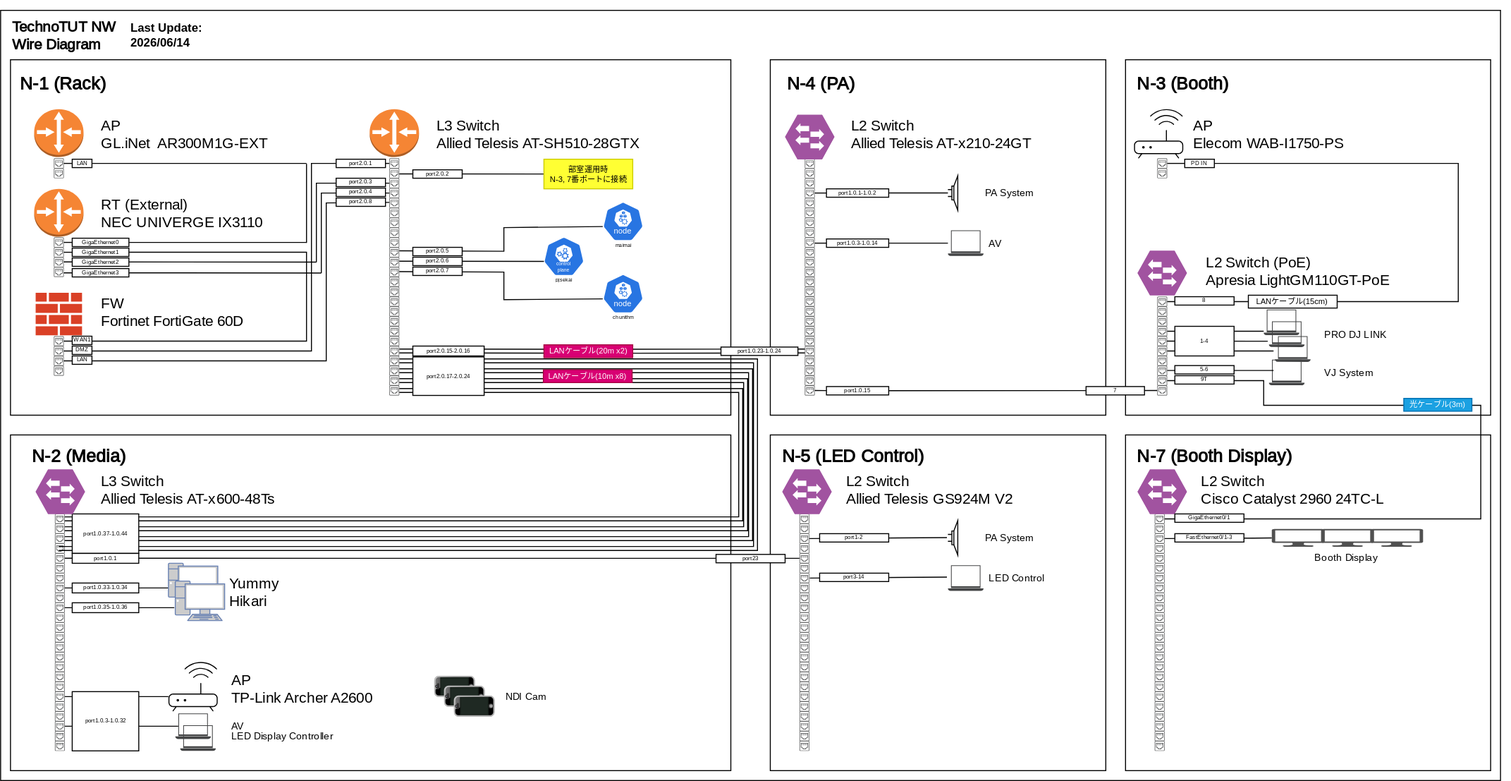
Earlier version of the draw.io export network/wire.drawio.svg (TechnoTUT/Infra). Source tidied: cells renumbered, new cells last; positions are measured from the earlier drawing's top-left corner, leaving out a move shared by most shapes.
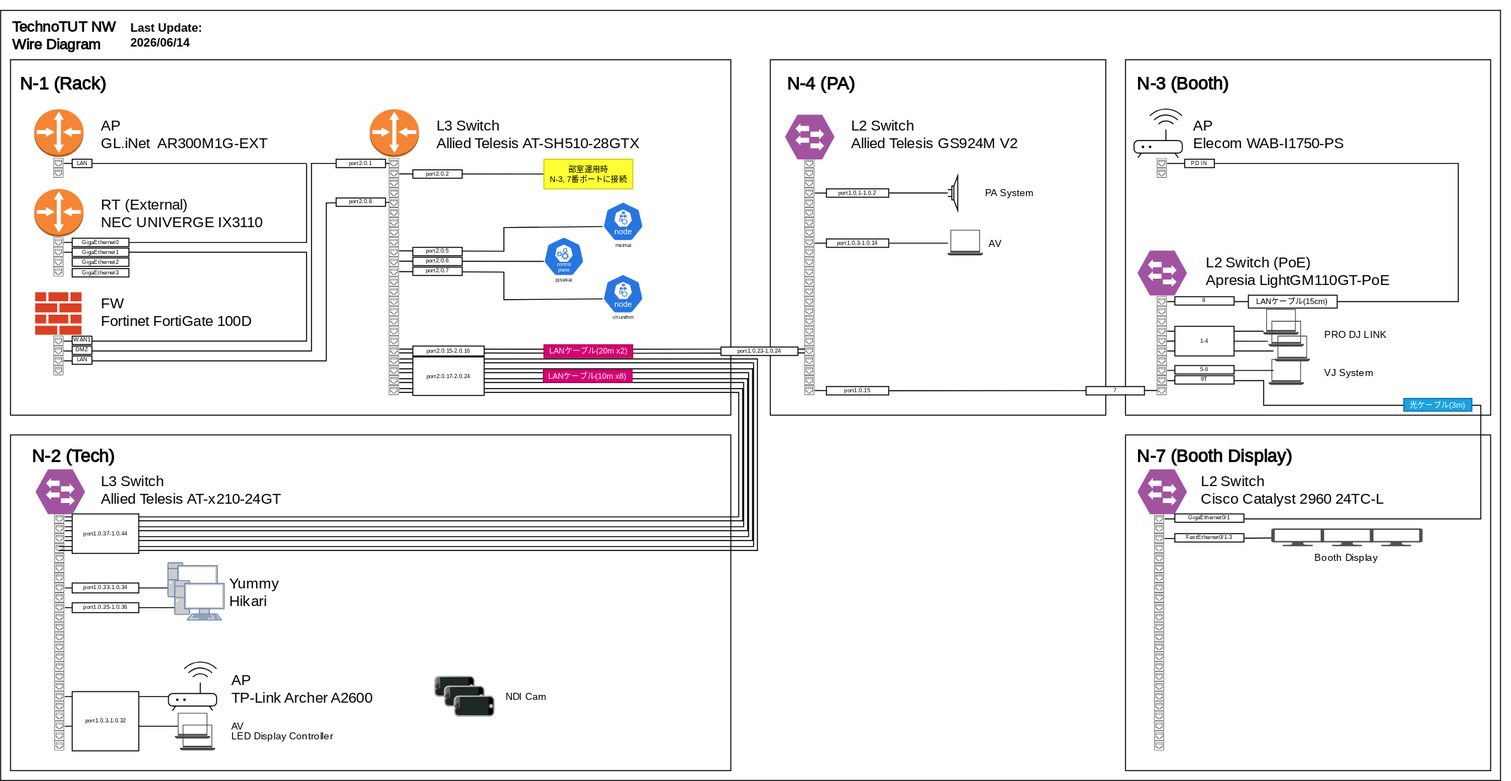
Later version of the same file.

The edit, as a diff of the source:
```diff
@@ -88,3 +88,3 @@
     </mxCell>
-    <mxCell id="30" value="L2 Switch&lt;br&gt;Allied Telesis AT-x210-24GT" style="text;html=1;strokeColor=none;fillColor=none;align=left;verticalAlign=middle;whiteSpace=wrap;rounded=0;fontStyle=0;fontSize=15;fontFamily=Source Code Pro;fontSource=https%3A%2F%2Ffonts.googleapis.com%2Fcss%3Ffamily%3DSource%2BCode%2BPro;" parent="1" vertex="1">
+    <mxCell id="30" value="L2 Switch&lt;br&gt;Allied Telesis GS924M V2" style="text;html=1;strokeColor=none;fillColor=none;align=left;verticalAlign=middle;whiteSpace=wrap;rounded=0;fontStyle=0;fontSize=15;fontFamily=Source Code Pro;fontSource=https%3A%2F%2Ffonts.googleapis.com%2Fcss%3Ffamily%3DSource%2BCode%2BPro;" parent="1" vertex="1">
       <mxGeometry x="860" y="120" width="310" height="30" as="geometry" />
@@ -306,3 +306,3 @@
     </mxCell>
-    <mxCell id="99" value="N-2 (Media)" style="text;html=1;strokeColor=none;fillColor=none;align=left;verticalAlign=middle;whiteSpace=wrap;rounded=0;fontSize=18;fontStyle=1;fontFamily=Source Code Pro;fontSource=https%3A%2F%2Ffonts.googleapis.com%2Fcss%3Ffamily%3DSource%2BCode%2BPro;" parent="1" vertex="1">
+    <mxCell id="99" value="N-2 (Tech)" style="text;html=1;strokeColor=none;fillColor=none;align=left;verticalAlign=middle;whiteSpace=wrap;rounded=0;fontSize=18;fontStyle=1;fontFamily=Source Code Pro;fontSource=https%3A%2F%2Ffonts.googleapis.com%2Fcss%3Ffamily%3DSource%2BCode%2BPro;" parent="1" vertex="1">
       <mxGeometry x="30" y="447" width="140" height="30" as="geometry" />
@@ -312,3 +312,3 @@
     </mxCell>
-    <mxCell id="101" value="L3 Switch&lt;br&gt;Allied Telesis AT-x600-48Ts" style="text;html=1;strokeColor=none;fillColor=none;align=left;verticalAlign=middle;whiteSpace=wrap;rounded=0;fontStyle=0;fontSize=15;fontFamily=Source Code Pro;fontSource=https%3A%2F%2Ffonts.googleapis.com%2Fcss%3Ffamily%3DSource%2BCode%2BPro;" parent="1" vertex="1">
+    <mxCell id="101" value="L3 Switch&lt;br&gt;Allied Telesis AT-x210-24GT" style="text;html=1;strokeColor=none;fillColor=none;align=left;verticalAlign=middle;whiteSpace=wrap;rounded=0;fontStyle=0;fontSize=15;fontFamily=Source Code Pro;fontSource=https%3A%2F%2Ffonts.googleapis.com%2Fcss%3Ffamily%3DSource%2BCode%2BPro;" parent="1" vertex="1">
       <mxGeometry x="100" y="480" width="280" height="30" as="geometry" />
@@ -771,3 +771,3 @@
     </mxCell>
-    <mxCell id="235" value="FW&lt;br&gt;Fortinet FortiGate 60D" style="text;html=1;strokeColor=none;fillColor=none;align=left;verticalAlign=middle;whiteSpace=wrap;rounded=0;fontStyle=0;fontSize=15;fontFamily=Source Code Pro;fontSource=https%3A%2F%2Ffonts.googleapis.com%2Fcss%3Ffamily%3DSource%2BCode%2BPro;" parent="1" vertex="1">
+    <mxCell id="235" value="FW&lt;br&gt;Fortinet FortiGate 100D" style="text;html=1;strokeColor=none;fillColor=none;align=left;verticalAlign=middle;whiteSpace=wrap;rounded=0;fontStyle=0;fontSize=15;fontFamily=Source Code Pro;fontSource=https%3A%2F%2Ffonts.googleapis.com%2Fcss%3Ffamily%3DSource%2BCode%2BPro;" parent="1" vertex="1">
       <mxGeometry x="100" y="300" width="210" height="30" as="geometry" />
@@ -880,165 +880,2 @@
     </mxCell>
-    <mxCell id="266" style="rounded=0;whiteSpace=wrap;html=1;" parent="1" vertex="1">
-      <mxGeometry x="780" y="440" width="340" height="340" as="geometry" />
-    </mxCell>
-    <mxCell id="267" style="edgeStyle=none;html=1;endArrow=none;endFill=0;" parent="1" edge="1" source="273">
-      <mxGeometry relative="1" as="geometry">
-        <mxPoint x="959" y="544" as="targetPoint" />
-      </mxGeometry>
-    </mxCell>
-    <mxCell id="268" style="group;" parent="1" vertex="1">
-      <mxGeometry x="809.6" y="520" width="10" height="240" as="geometry" />
-    </mxCell>
-    <mxCell id="269" style="group;" parent="268" vertex="1">
-      <mxGeometry width="10" height="20" as="geometry" />
-    </mxCell>
-    <mxCell id="270" style="sketch=0;shadow=0;dashed=0;html=1;strokeColor=none;fillColor=#434445;labelPosition=center;verticalLabelPosition=bottom;verticalAlign=top;align=center;shape=mxgraph.vvd.ethernet_port;" parent="269" vertex="1">
-      <mxGeometry width="10" height="10" as="geometry" />
-    </mxCell>
-    <mxCell id="271" style="sketch=0;shadow=0;dashed=0;html=1;strokeColor=none;fillColor=#434445;labelPosition=center;verticalLabelPosition=bottom;verticalAlign=top;align=center;shape=mxgraph.vvd.ethernet_port;" parent="269" vertex="1">
-      <mxGeometry y="10" width="10" height="10" as="geometry" />
-    </mxCell>
-    <mxCell id="272" style="group;" parent="268" vertex="1">
-      <mxGeometry y="20" width="10" height="20" as="geometry" />
-    </mxCell>
-    <mxCell id="273" style="sketch=0;shadow=0;dashed=0;html=1;strokeColor=none;fillColor=#434445;labelPosition=center;verticalLabelPosition=bottom;verticalAlign=top;align=center;outlineConnect=0;shape=mxgraph.vvd.ethernet_port;" parent="272" vertex="1">
-      <mxGeometry width="10" height="10" as="geometry" />
-    </mxCell>
-    <mxCell id="274" style="sketch=0;shadow=0;dashed=0;html=1;strokeColor=none;fillColor=#434445;labelPosition=center;verticalLabelPosition=bottom;verticalAlign=top;align=center;shape=mxgraph.vvd.ethernet_port;" parent="272" vertex="1">
-      <mxGeometry y="10" width="10" height="10" as="geometry" />
-    </mxCell>
-    <mxCell id="275" style="group;" parent="268" vertex="1">
-      <mxGeometry y="40" width="10" height="20" as="geometry" />
-    </mxCell>
-    <mxCell id="276" style="sketch=0;shadow=0;dashed=0;html=1;strokeColor=none;fillColor=#434445;labelPosition=center;verticalLabelPosition=bottom;verticalAlign=top;align=center;outlineConnect=0;shape=mxgraph.vvd.ethernet_port;" parent="275" vertex="1">
-      <mxGeometry width="10" height="10" as="geometry" />
-    </mxCell>
-    <mxCell id="277" style="sketch=0;shadow=0;dashed=0;html=1;strokeColor=none;fillColor=#434445;labelPosition=center;verticalLabelPosition=bottom;verticalAlign=top;align=center;shape=mxgraph.vvd.ethernet_port;" parent="275" vertex="1">
-      <mxGeometry y="10" width="10" height="10" as="geometry" />
-    </mxCell>
-    <mxCell id="278" style="group;" parent="268" vertex="1">
-      <mxGeometry y="60" width="10" height="20" as="geometry" />
-    </mxCell>
-    <mxCell id="279" style="sketch=0;shadow=0;dashed=0;html=1;strokeColor=none;fillColor=#434445;labelPosition=center;verticalLabelPosition=bottom;verticalAlign=top;align=center;shape=mxgraph.vvd.ethernet_port;" parent="278" vertex="1">
-      <mxGeometry width="10" height="10" as="geometry" />
-    </mxCell>
-    <mxCell id="280" style="sketch=0;shadow=0;dashed=0;html=1;strokeColor=none;fillColor=#434445;labelPosition=center;verticalLabelPosition=bottom;verticalAlign=top;align=center;shape=mxgraph.vvd.ethernet_port;" parent="278" vertex="1">
-      <mxGeometry y="10" width="10" height="10" as="geometry" />
-    </mxCell>
-    <mxCell id="281" style="group;" parent="268" vertex="1">
-      <mxGeometry y="80" width="10" height="20" as="geometry" />
-    </mxCell>
-    <mxCell id="282" style="sketch=0;shadow=0;dashed=0;html=1;strokeColor=none;fillColor=#434445;labelPosition=center;verticalLabelPosition=bottom;verticalAlign=top;align=center;shape=mxgraph.vvd.ethernet_port;" parent="281" vertex="1">
-      <mxGeometry width="10" height="10" as="geometry" />
-    </mxCell>
-    <mxCell id="283" style="sketch=0;shadow=0;dashed=0;html=1;strokeColor=none;fillColor=#434445;labelPosition=center;verticalLabelPosition=bottom;verticalAlign=top;align=center;shape=mxgraph.vvd.ethernet_port;" parent="281" vertex="1">
-      <mxGeometry y="10" width="10" height="10" as="geometry" />
-    </mxCell>
-    <mxCell id="284" style="group;" parent="268" vertex="1">
-      <mxGeometry y="100" width="10" height="20" as="geometry" />
-    </mxCell>
-    <mxCell id="285" style="sketch=0;shadow=0;dashed=0;html=1;strokeColor=none;fillColor=#434445;labelPosition=center;verticalLabelPosition=bottom;verticalAlign=top;align=center;shape=mxgraph.vvd.ethernet_port;" parent="284" vertex="1">
-      <mxGeometry width="10" height="10" as="geometry" />
-    </mxCell>
-    <mxCell id="286" style="sketch=0;shadow=0;dashed=0;html=1;strokeColor=none;fillColor=#434445;labelPosition=center;verticalLabelPosition=bottom;verticalAlign=top;align=center;shape=mxgraph.vvd.ethernet_port;" parent="284" vertex="1">
-      <mxGeometry y="10" width="10" height="10" as="geometry" />
-    </mxCell>
-    <mxCell id="287" style="group;" parent="268" vertex="1">
-      <mxGeometry y="120" width="10" height="20" as="geometry" />
-    </mxCell>
-    <mxCell id="288" style="sketch=0;shadow=0;dashed=0;html=1;strokeColor=none;fillColor=#434445;labelPosition=center;verticalLabelPosition=bottom;verticalAlign=top;align=center;shape=mxgraph.vvd.ethernet_port;" parent="287" vertex="1">
-      <mxGeometry width="10" height="10" as="geometry" />
-    </mxCell>
-    <mxCell id="289" style="sketch=0;shadow=0;dashed=0;html=1;strokeColor=none;fillColor=#434445;labelPosition=center;verticalLabelPosition=bottom;verticalAlign=top;align=center;shape=mxgraph.vvd.ethernet_port;" parent="287" vertex="1">
-      <mxGeometry y="10" width="10" height="10" as="geometry" />
-    </mxCell>
-    <mxCell id="290" style="group;" parent="268" vertex="1">
-      <mxGeometry y="140" width="10" height="20" as="geometry" />
-    </mxCell>
-    <mxCell id="291" style="sketch=0;shadow=0;dashed=0;html=1;strokeColor=none;fillColor=#434445;labelPosition=center;verticalLabelPosition=bottom;verticalAlign=top;align=center;shape=mxgraph.vvd.ethernet_port;" parent="290" vertex="1">
-      <mxGeometry width="10" height="10" as="geometry" />
-    </mxCell>
-    <mxCell id="292" style="sketch=0;shadow=0;dashed=0;html=1;strokeColor=none;fillColor=#434445;labelPosition=center;verticalLabelPosition=bottom;verticalAlign=top;align=center;shape=mxgraph.vvd.ethernet_port;" parent="290" vertex="1">
-      <mxGeometry y="10" width="10" height="10" as="geometry" />
-    </mxCell>
-    <mxCell id="293" style="group;" parent="268" vertex="1">
-      <mxGeometry y="160" width="10" height="20" as="geometry" />
-    </mxCell>
-    <mxCell id="294" style="sketch=0;shadow=0;dashed=0;html=1;strokeColor=none;fillColor=#434445;labelPosition=center;verticalLabelPosition=bottom;verticalAlign=top;align=center;shape=mxgraph.vvd.ethernet_port;" parent="293" vertex="1">
-      <mxGeometry width="10" height="10" as="geometry" />
-    </mxCell>
-    <mxCell id="295" style="sketch=0;shadow=0;dashed=0;html=1;strokeColor=none;fillColor=#434445;labelPosition=center;verticalLabelPosition=bottom;verticalAlign=top;align=center;shape=mxgraph.vvd.ethernet_port;" parent="293" vertex="1">
-      <mxGeometry y="10" width="10" height="10" as="geometry" />
-    </mxCell>
-    <mxCell id="296" style="group;" parent="268" vertex="1">
-      <mxGeometry y="180" width="10" height="20" as="geometry" />
-    </mxCell>
-    <mxCell id="297" style="sketch=0;shadow=0;dashed=0;html=1;strokeColor=none;fillColor=#434445;labelPosition=center;verticalLabelPosition=bottom;verticalAlign=top;align=center;shape=mxgraph.vvd.ethernet_port;" parent="296" vertex="1">
-      <mxGeometry width="10" height="10" as="geometry" />
-    </mxCell>
-    <mxCell id="298" style="sketch=0;shadow=0;dashed=0;html=1;strokeColor=none;fillColor=#434445;labelPosition=center;verticalLabelPosition=bottom;verticalAlign=top;align=center;shape=mxgraph.vvd.ethernet_port;" parent="296" vertex="1">
-      <mxGeometry y="10" width="10" height="10" as="geometry" />
-    </mxCell>
-    <mxCell id="299" style="group;" parent="268" vertex="1">
-      <mxGeometry y="200" width="10" height="20" as="geometry" />
-    </mxCell>
-    <mxCell id="300" style="sketch=0;shadow=0;dashed=0;html=1;strokeColor=none;fillColor=#434445;labelPosition=center;verticalLabelPosition=bottom;verticalAlign=top;align=center;shape=mxgraph.vvd.ethernet_port;" parent="299" vertex="1">
-      <mxGeometry width="10" height="10" as="geometry" />
-    </mxCell>
-    <mxCell id="301" style="sketch=0;shadow=0;dashed=0;html=1;strokeColor=none;fillColor=#434445;labelPosition=center;verticalLabelPosition=bottom;verticalAlign=top;align=center;shape=mxgraph.vvd.ethernet_port;" parent="299" vertex="1">
-      <mxGeometry y="10" width="10" height="10" as="geometry" />
-    </mxCell>
-    <mxCell id="302" style="group;" parent="268" vertex="1">
-      <mxGeometry y="220" width="10" height="20" as="geometry" />
-    </mxCell>
-    <mxCell id="303" style="sketch=0;shadow=0;dashed=0;html=1;strokeColor=none;fillColor=#434445;labelPosition=center;verticalLabelPosition=bottom;verticalAlign=top;align=center;shape=mxgraph.vvd.ethernet_port;" parent="302" vertex="1">
-      <mxGeometry width="10" height="10" as="geometry" />
-    </mxCell>
-    <mxCell id="304" style="sketch=0;shadow=0;dashed=0;html=1;strokeColor=none;fillColor=#434445;labelPosition=center;verticalLabelPosition=bottom;verticalAlign=top;align=center;shape=mxgraph.vvd.ethernet_port;" parent="302" vertex="1">
-      <mxGeometry y="10" width="10" height="10" as="geometry" />
-    </mxCell>
-    <mxCell id="305" value="L2 Switch&lt;br&gt;Allied Telesis GS924M V2" style="text;html=1;strokeColor=none;fillColor=none;align=left;verticalAlign=middle;whiteSpace=wrap;rounded=0;fontStyle=0;fontSize=15;fontFamily=Source Code Pro;fontSource=https%3A%2F%2Ffonts.googleapis.com%2Fcss%3Ffamily%3DSource%2BCode%2BPro;" parent="1" vertex="1">
-      <mxGeometry x="854.6" y="480" width="240" height="30" as="geometry" />
-    </mxCell>
-    <mxCell id="306" value="N-5 (LED Control)" style="text;html=1;strokeColor=none;fillColor=none;align=left;verticalAlign=middle;whiteSpace=wrap;rounded=0;fontSize=18;fontStyle=1;fontFamily=Source Code Pro;fontSource=https%3A%2F%2Ffonts.googleapis.com%2Fcss%3Ffamily%3DSource%2BCode%2BPro;" parent="1" vertex="1">
-      <mxGeometry x="790" y="447" width="280" height="30" as="geometry" />
-    </mxCell>
-    <mxCell id="307" style="verticalLabelPosition=bottom;sketch=0;html=1;fillColor=#A153A0;strokeColor=#ffffff;verticalAlign=top;align=center;shape=mxgraph.cisco_safe.compositeIcon;bgIcon=mxgraph.cisco_safe.design.blank_device;resIcon=mxgraph.cisco_safe.design.l2_switch;" parent="1" vertex="1">
-      <mxGeometry x="792.2" y="475" width="50" height="45" as="geometry" />
-    </mxCell>
-    <mxCell id="308" value="port1-2" style="text;html=1;align=center;verticalAlign=middle;whiteSpace=wrap;rounded=0;fontStyle=0;fontSize=6;fontFamily=Source Code Pro;fontSource=https%3A%2F%2Ffonts.googleapis.com%2Fcss%3Ffamily%3DSource%2BCode%2BPro;fillColor=#FFFFFF;strokeColor=default;strokeWidth=1;" parent="1" vertex="1">
-      <mxGeometry x="830" y="540" width="70" height="8.5" as="geometry" />
-    </mxCell>
-    <mxCell id="309" style="endArrow=none;html=1;" parent="1" edge="1" source="276">
-      <mxGeometry relative="1" as="geometry">
-        <mxPoint x="65" y="564.9" as="targetPoint" />
-      </mxGeometry>
-    </mxCell>
-    <mxCell id="310" value="port1.0.1" style="text;html=1;align=center;verticalAlign=middle;whiteSpace=wrap;rounded=0;fontStyle=0;fontSize=6;fontFamily=Source Code Pro;fontSource=https%3A%2F%2Ffonts.googleapis.com%2Fcss%3Ffamily%3DSource%2BCode%2BPro;fillColor=#FFFFFF;strokeColor=default;strokeWidth=1;" parent="1" vertex="1">
-      <mxGeometry x="72.5" y="560" width="67.5" height="10" as="geometry" />
-    </mxCell>
-    <mxCell id="311" value="port23" style="text;html=1;align=center;verticalAlign=middle;whiteSpace=wrap;rounded=0;fontStyle=0;fontSize=6;fontFamily=Source Code Pro;fontSource=https%3A%2F%2Ffonts.googleapis.com%2Fcss%3Ffamily%3DSource%2BCode%2BPro;fillColor=#FFFFFF;strokeColor=default;strokeWidth=1;" parent="1" vertex="1">
-      <mxGeometry x="725" y="561" width="70" height="8.5" as="geometry" />
-    </mxCell>
-    <mxCell id="312" style="verticalLabelPosition=bottom;shadow=0;dashed=0;align=center;html=1;verticalAlign=top;shape=mxgraph.electrical.electro-mechanical.loudspeaker;" parent="1" vertex="1">
-      <mxGeometry x="960" y="526.8" width="10" height="35" as="geometry" />
-    </mxCell>
-    <mxCell id="313" value="PA System" style="text;html=1;strokeColor=none;fillColor=none;align=left;verticalAlign=middle;whiteSpace=wrap;rounded=0;fontStyle=0;fontSize=10;fontFamily=Source Code Pro;fontSource=https%3A%2F%2Ffonts.googleapis.com%2Fcss%3Ffamily%3DSource%2BCode%2BPro;" parent="1" vertex="1">
-      <mxGeometry x="996.1" y="529.2" width="140" height="30" as="geometry" />
-    </mxCell>
-    <mxCell id="314" value="LED Control" style="text;html=1;strokeColor=none;fillColor=none;align=left;verticalAlign=middle;whiteSpace=wrap;rounded=0;fontStyle=0;fontSize=10;fontFamily=Source Code Pro;fontSource=https%3A%2F%2Ffonts.googleapis.com%2Fcss%3Ffamily%3DSource%2BCode%2BPro;" parent="1" vertex="1">
-      <mxGeometry x="1000" y="570" width="140" height="30" as="geometry" />
-    </mxCell>
-    <mxCell id="315" style="sketch=0;shadow=0;dashed=0;html=1;strokeColor=none;fillColor=#434445;labelPosition=center;verticalLabelPosition=bottom;verticalAlign=top;align=center;shape=mxgraph.vvd.laptop;" parent="1" vertex="1">
-      <mxGeometry x="960" y="572" width="36.1" height="26" as="geometry" />
-    </mxCell>
-    <mxCell id="316" style="edgeStyle=none;html=1;endArrow=none;endFill=0;" parent="1" edge="1">
-      <mxGeometry relative="1" as="geometry">
-        <mxPoint x="820" y="585" as="sourcePoint" />
-        <mxPoint x="959" y="584" as="targetPoint" />
-      </mxGeometry>
-    </mxCell>
-    <mxCell id="317" value="port3-14" style="text;html=1;align=center;verticalAlign=middle;whiteSpace=wrap;rounded=0;fontStyle=0;fontSize=6;fontFamily=Source Code Pro;fontSource=https%3A%2F%2Ffonts.googleapis.com%2Fcss%3Ffamily%3DSource%2BCode%2BPro;fillColor=#FFFFFF;strokeColor=default;strokeWidth=1;" parent="1" vertex="1">
-      <mxGeometry x="830" y="580" width="70" height="8.5" as="geometry" />
-    </mxCell>
     <mxCell id="318" style="sketch=0;shadow=0;dashed=0;html=1;strokeColor=none;fillColor=#434445;labelPosition=center;verticalLabelPosition=bottom;verticalAlign=top;align=center;shape=mxgraph.vvd.laptop;" parent="1" vertex="1">
@@ -1178,36 +1015,2 @@
     </mxCell>
-    <mxCell id="363" style="edgeStyle=none;html=1;rounded=0;curved=0;endArrow=none;endFill=0;" parent="1" edge="1" source="331">
-      <mxGeometry relative="1" as="geometry">
-        <mxPoint x="320" y="265" as="targetPoint" />
-        <Array as="points">
-          <mxPoint x="320" y="185" />
-        </Array>
-      </mxGeometry>
-    </mxCell>
-    <mxCell id="364" value="port2.0.3" style="text;html=1;align=center;verticalAlign=middle;whiteSpace=wrap;rounded=0;fontStyle=0;fontSize=6;fontFamily=Source Code Pro;fontSource=https%3A%2F%2Ffonts.googleapis.com%2Fcss%3Ffamily%3DSource%2BCode%2BPro;fillColor=#FFFFFF;strokeColor=default;strokeWidth=1;" parent="1" vertex="1">
-      <mxGeometry x="340" y="180" width="50" height="8.5" as="geometry" />
-    </mxCell>
-    <mxCell id="365" style="edgeStyle=none;html=1;rounded=0;curved=0;endArrow=none;endFill=0;" parent="1" edge="1" source="332">
-      <mxGeometry relative="1" as="geometry">
-        <mxPoint x="325" y="276" as="targetPoint" />
-        <Array as="points">
-          <mxPoint x="325" y="195" />
-        </Array>
-      </mxGeometry>
-    </mxCell>
-    <mxCell id="366" value="port2.0.4" style="text;html=1;align=center;verticalAlign=middle;whiteSpace=wrap;rounded=0;fontStyle=0;fontSize=6;fontFamily=Source Code Pro;fontSource=https%3A%2F%2Ffonts.googleapis.com%2Fcss%3Ffamily%3DSource%2BCode%2BPro;fillColor=#FFFFFF;strokeColor=default;strokeWidth=1;" parent="1" vertex="1">
-      <mxGeometry x="340" y="190" width="50" height="8.5" as="geometry" />
-    </mxCell>
-    <mxCell id="367" style="endArrow=none;html=1;" parent="1" edge="1">
-      <mxGeometry relative="1" as="geometry">
-        <mxPoint x="320" y="265" as="sourcePoint" />
-        <mxPoint x="64" y="264.8" as="targetPoint" />
-      </mxGeometry>
-    </mxCell>
-    <mxCell id="368" style="endArrow=none;html=1;" parent="1" edge="1">
-      <mxGeometry relative="1" as="geometry">
-        <mxPoint x="325" y="276" as="sourcePoint" />
-        <mxPoint x="64" y="275.8" as="targetPoint" />
-      </mxGeometry>
-    </mxCell>
     <mxCell id="369" value="GigaEthernet2" style="text;html=1;align=center;verticalAlign=middle;whiteSpace=wrap;rounded=0;fontStyle=0;fontSize=6;fontFamily=Source Code Pro;fontSource=https%3A%2F%2Ffonts.googleapis.com%2Fcss%3Ffamily%3DSource%2BCode%2BPro;fillColor=#FFFFFF;strokeColor=default;strokeWidth=1;" parent="1" vertex="1">
```
